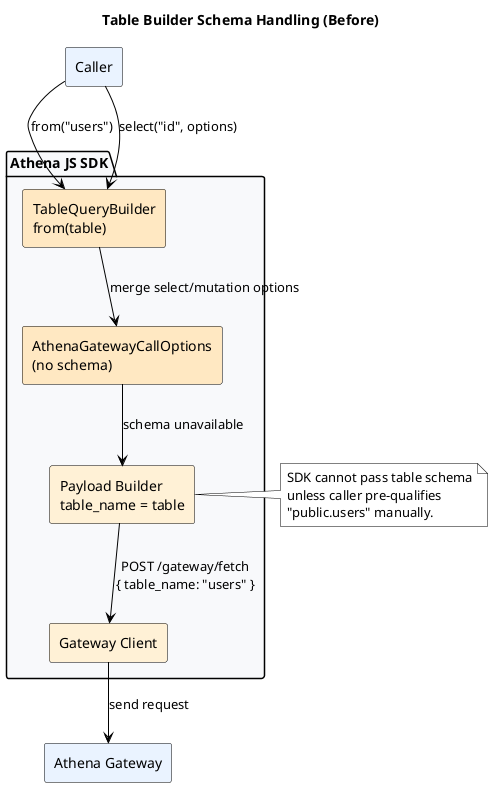
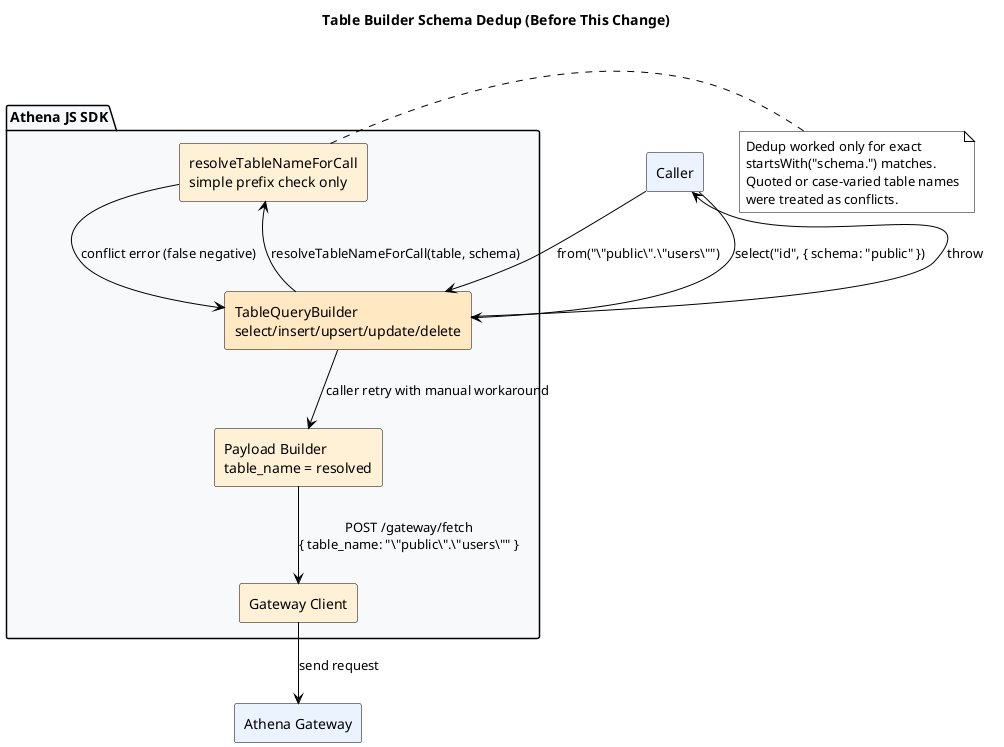
@startuml
skinparam backgroundColor #FFFFFF
skinparam defaultFontColor #000000
skinparam ArrowColor #000000
skinparam PackageBorderColor #000000
skinparam PackageBackgroundColor #F8F9FB
skinparam RectangleBorderColor #000000
skinparam RectangleFontColor #000000
skinparam RectangleBackgroundColor #FFF5E6
skinparam NoteBackgroundColor #FFFFFF
skinparam NoteBorderColor #000000

- title Table Builder Schema Handling (Before)
+ title Table Builder Schema Dedup (Before This Change)

package "Athena JS SDK" {
-   rectangle "TableQueryBuilder\nfrom(table)" as Builder #FFE8C2
-   rectangle "AthenaGatewayCallOptions\n(no schema)" as Options #FFE8C2
-   rectangle "Payload Builder\ntable_name = table" as Payload #FFF1D6
+   rectangle "TableQueryBuilder\nselect/insert/upsert/update/delete" as Builder #FFE8C2
+   rectangle "resolveTableNameForCall\nsimple prefix check only" as Resolver #FFF1D6
+   rectangle "Payload Builder\ntable_name = resolved" as Payload #FFF1D6
  rectangle "Gateway Client" as Gateway #FFF1D6
}

rectangle "Caller" as Caller #EAF3FF
rectangle "Athena Gateway" as Api #EAF3FF

- Caller --> Builder : from("users")
- Caller --> Builder : select("id", options)
- Builder --> Options : merge select/mutation options
- Options --> Payload : schema unavailable
- Payload --> Gateway : POST /gateway/fetch\n{ table_name: "users" }
+ Caller --> Builder : from("\"public\".\"users\"")
+ Caller --> Builder : select("id", { schema: "public" })
+ Builder --> Resolver : resolveTableNameForCall(table, schema)
+ Resolver --> Builder : conflict error (false negative)
+ Builder --> Caller : throw
+ Builder --> Payload : caller retry with manual workaround
+ Payload --> Gateway : POST /gateway/fetch\n{ table_name: "\"public\".\"users\"" }
Gateway --> Api : send request

- note right of Payload
- SDK cannot pass table schema
- unless caller pre-qualifies
- "public.users" manually.
+ note right of Resolver
+ Dedup worked only for exact
+ startsWith("schema.") matches.
+ Quoted or case-varied table names
+ were treated as conflicts.
end note

@enduml
